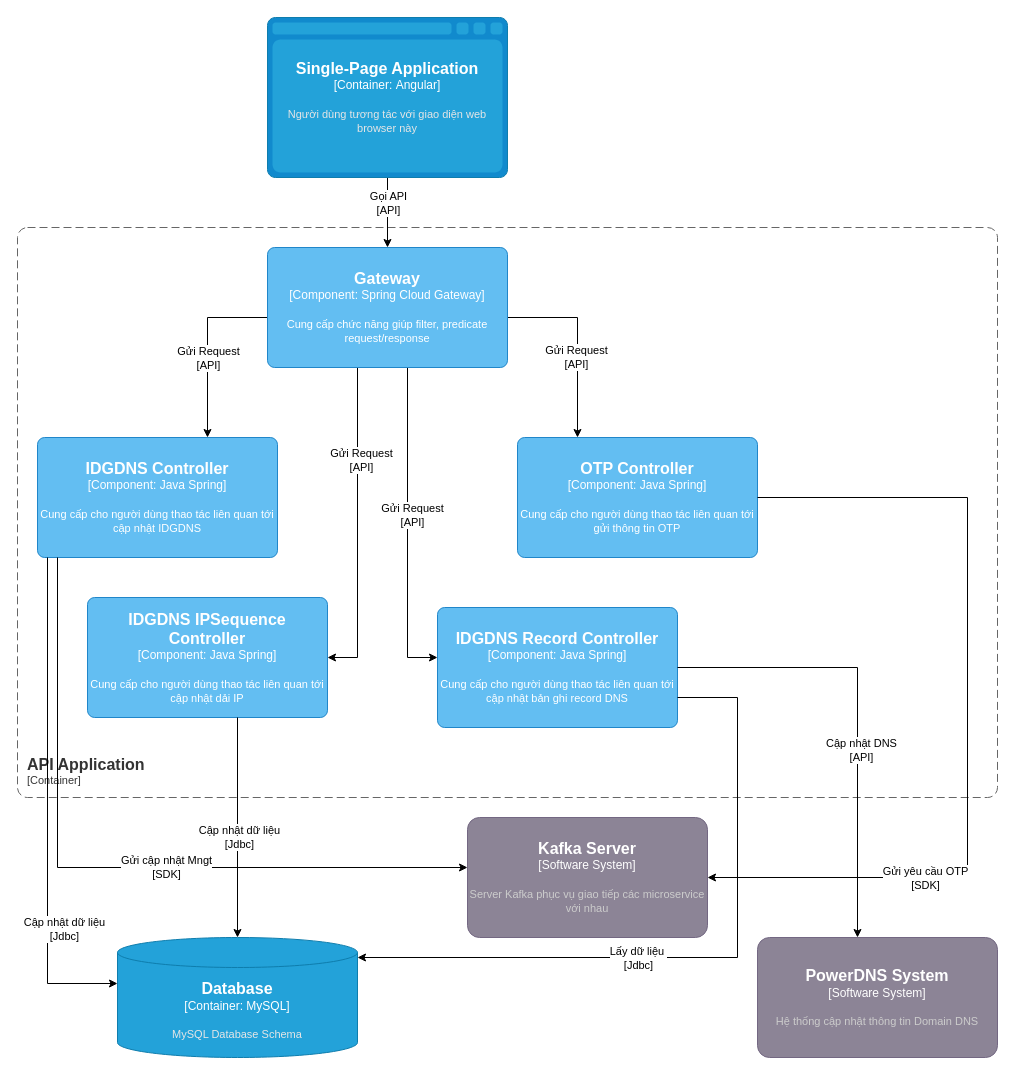
Above: Idg-Portal lv3 IDGDNS API.drawio in dangngocsoncntt/draw.io (draw.io), before the change. Source tidied: cells renumbered, new cells numbered last; positions are measured from the earlier drawing's top-left corner, leaving out a move shared by most shapes. Both pictures are drawn from the tidied source at 100%, with x=0, y=0 at pixel (17, 17).
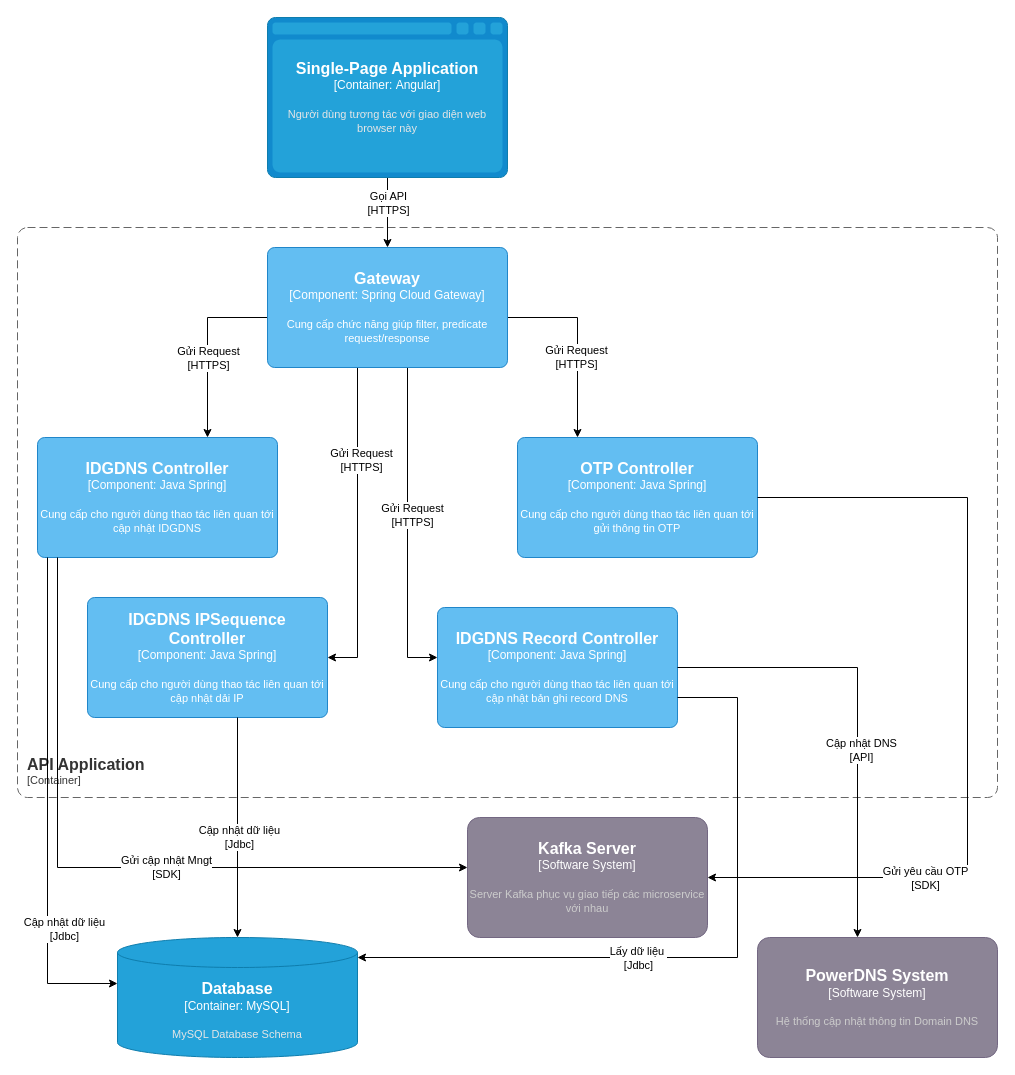
The same page after the edit.

Unchanged cells that the change refers to:
```xml
<mxCell id="3" style="edgeStyle=orthogonalEdgeStyle;rounded=0;jettySize=auto;html=1;" parent="1" edge="1" target="11">
  <mxGeometry relative="1" as="geometry">
    <mxPoint x="280" y="340" as="sourcePoint" />
    <Array as="points">
      <mxPoint x="280" y="300" />
      <mxPoint x="190" y="300" />
    </Array>
  </mxGeometry>
</mxCell>
<mxCell id="5" style="edgeStyle=orthogonalEdgeStyle;rounded=0;jettySize=auto;html=1;" parent="1" edge="1" target="12">
  <mxGeometry relative="1" as="geometry">
    <mxPoint x="470" y="340" as="sourcePoint" />
    <Array as="points">
      <mxPoint x="470" y="300" />
      <mxPoint x="560" y="300" />
    </Array>
  </mxGeometry>
</mxCell>
<mxCell id="7" style="edgeStyle=orthogonalEdgeStyle;rounded=0;jettySize=auto;html=1;" parent="1" edge="1" target="21">
  <mxGeometry relative="1" as="geometry">
    <mxPoint x="340" y="340" as="sourcePoint" />
    <Array as="points">
      <mxPoint x="340" y="640" />
    </Array>
  </mxGeometry>
</mxCell>
<mxCell id="9" style="edgeStyle=orthogonalEdgeStyle;rounded=0;jettySize=auto;html=1;" parent="1" edge="1" target="24">
  <mxGeometry relative="1" as="geometry">
    <mxPoint x="390" y="340" as="sourcePoint" />
    <Array as="points">
      <mxPoint x="390" y="640" />
    </Array>
  </mxGeometry>
</mxCell>
<mxCell id="30" style="edgeStyle=orthogonalEdgeStyle;rounded=0;jettySize=auto;html=1;entryX=0.5;entryY=0;entryDx=0;entryDy=0;entryPerimeter=0;" parent="1" edge="1" source="32" target="33">
  <mxGeometry relative="1" as="geometry" />
</mxCell>
```

What changed in the source:
```diff
@@
-    <mxCell id="4" value="Gửi Request&lt;br&gt;[API]" style="edgeLabel;html=1;align=center;verticalAlign=middle;" parent="3" vertex="1">
+    <mxCell id="4" value="Gửi Request&lt;br&gt;[HTTPS]" style="edgeLabel;html=1;align=center;verticalAlign=middle;" parent="3" vertex="1">
       <mxGeometry x="0.12" relative="1" as="geometry">
         <mxPoint y="30" as="offset" />
       </mxGeometry>
     </mxCell>
@@
-    <mxCell id="6" value="Gửi&amp;nbsp;Request&lt;br style=&quot;border-color: var(--border-color);&quot;&gt;[API]" style="edgeLabel;html=1;align=center;verticalAlign=middle;" parent="5" vertex="1">
+    <mxCell id="6" value="Gửi&amp;nbsp;Request&lt;br style=&quot;border-color: var(--border-color);&quot;&gt;[HTTPS]" style="edgeLabel;html=1;align=center;verticalAlign=middle;" parent="5" vertex="1">
       <mxGeometry x="0.35" y="-2" relative="1" as="geometry" />
     </mxCell>
@@
-    <mxCell id="8" value="Gửi&amp;nbsp;Request&lt;br style=&quot;border-color: var(--border-color);&quot;&gt;[API]" style="edgeLabel;html=1;align=center;verticalAlign=middle;" parent="7" vertex="1">
+    <mxCell id="8" value="Gửi&amp;nbsp;Request&lt;br style=&quot;border-color: var(--border-color);&quot;&gt;[HTTPS]" style="edgeLabel;html=1;align=center;verticalAlign=middle;" parent="7" vertex="1">
       <mxGeometry x="-0.38" y="3" relative="1" as="geometry" />
     </mxCell>
@@
-    <mxCell id="10" value="Gửi&amp;nbsp;Request&lt;br style=&quot;border-color: var(--border-color);&quot;&gt;[API]" style="edgeLabel;html=1;align=center;verticalAlign=middle;" parent="9" vertex="1">
+    <mxCell id="10" value="Gửi&amp;nbsp;Request&lt;br style=&quot;border-color: var(--border-color);&quot;&gt;[HTTPS]" style="edgeLabel;html=1;align=center;verticalAlign=middle;" parent="9" vertex="1">
       <mxGeometry x="-0.05" y="4" relative="1" as="geometry" />
     </mxCell>
@@
-    <mxCell id="31" value="Gọi API&lt;br&gt;[API]" style="edgeLabel;html=1;align=center;verticalAlign=middle;" parent="30" vertex="1">
+    <mxCell id="31" value="Gọi API&lt;br&gt;[HTTPS]" style="edgeLabel;html=1;align=center;verticalAlign=middle;" parent="30" vertex="1">
       <mxGeometry x="-0.29" relative="1" as="geometry" />
     </mxCell>
```
